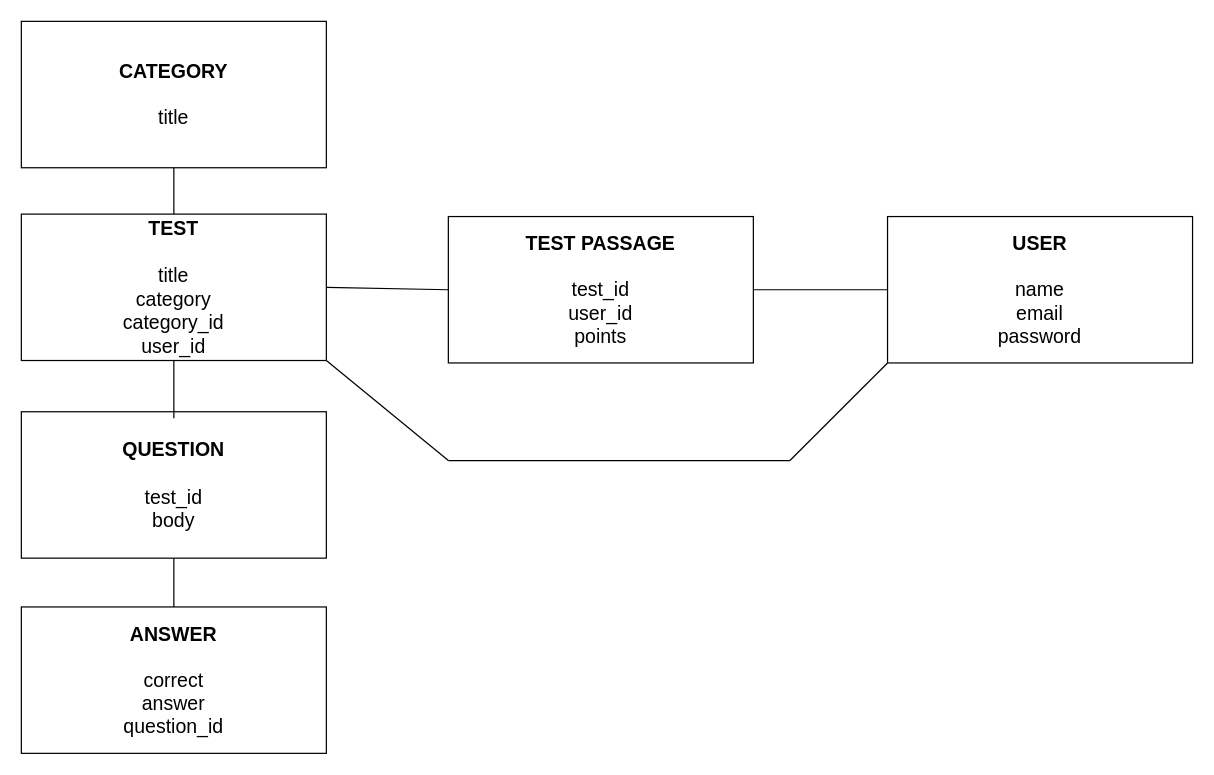
Earlier version of the draw.io diagram Untitled Diagram.drawio (Spola1/test-guru). Source tidied: cells renumbered, new cells numbered last; positions are measured from the earlier drawing's top-left corner, leaving out a move shared by most shapes. Both pictures are drawn from the tidied source at 122%, with x=0, y=0 at pixel (21, 21).
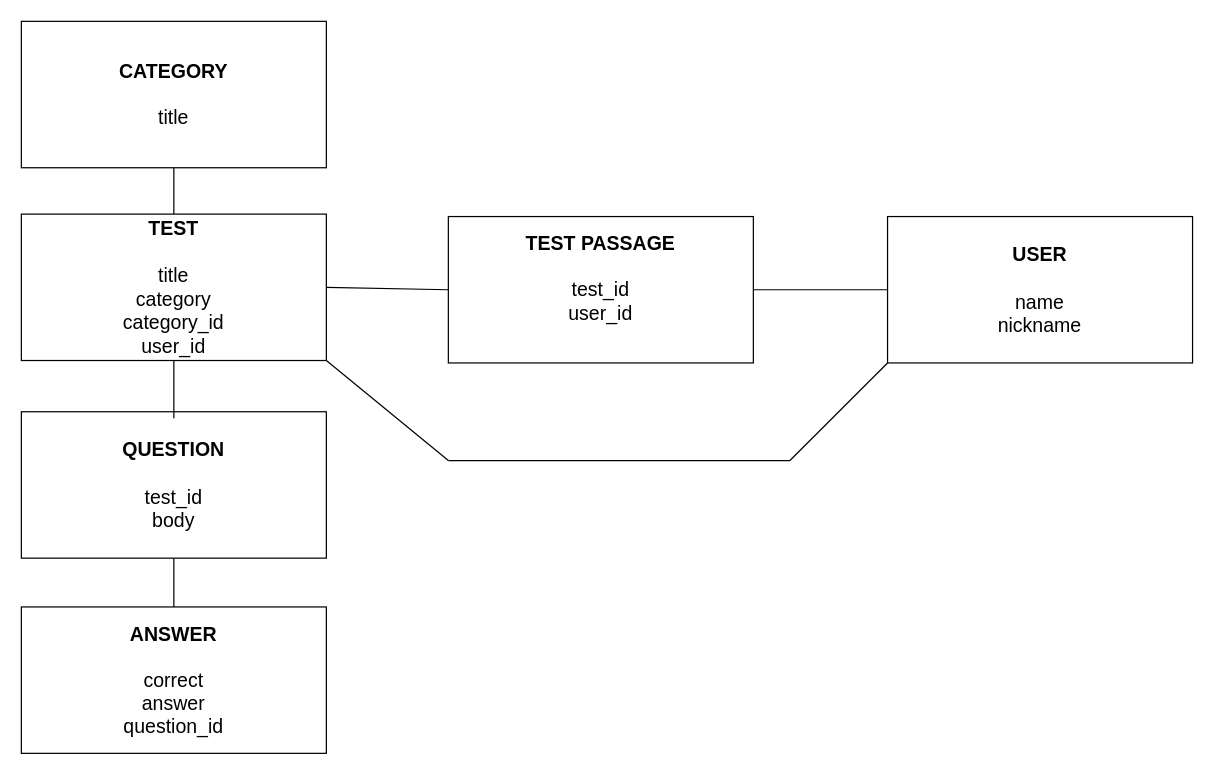
The same page after the edit.

The edit, as a diff of the source:
```diff
@@
 <mxGraphModel>
   <root>
     <mxCell id="0" />
     <mxCell id="1" parent="0" />
-    <mxCell id="2" value="&lt;font style=&quot;font-size: 16px&quot;&gt;&lt;b&gt;TEST PASSAGE&lt;/b&gt;&lt;br&gt;&lt;br&gt;test_id&lt;br&gt;user_id&lt;br&gt;points&lt;br&gt;&lt;/font&gt;" style="rounded=0;whiteSpace=wrap;html=1;" parent="1" vertex="1">
+    <mxCell id="2" value="&lt;font style=&quot;font-size: 16px&quot;&gt;&lt;b&gt;TEST PASSAGE&lt;/b&gt;&lt;br&gt;&lt;br&gt;test_id&lt;br&gt;user_id&lt;br&gt;&lt;br&gt;&lt;/font&gt;" style="rounded=0;whiteSpace=wrap;html=1;" parent="1" vertex="1">
       <mxGeometry x="350" y="160" width="250" height="120" as="geometry" />
     </mxCell>
     <mxCell id="3" value="&lt;font style=&quot;font-size: 16px&quot;&gt;&lt;span style=&quot;font-weight: bold&quot;&gt;TEST&lt;/span&gt;&lt;br&gt;&lt;br&gt;&lt;font style=&quot;font-size: 16px&quot;&gt;title&lt;br&gt;&lt;/font&gt;category&lt;br&gt;category_id&lt;br&gt;user_id&lt;br&gt;&lt;/font&gt;" style="rounded=0;whiteSpace=wrap;html=1;" parent="1" vertex="1">
       <mxGeometry y="158" width="250" height="120" as="geometry" />
     </mxCell>
     <mxCell id="4" value="&lt;font style=&quot;font-size: 16px&quot;&gt;&lt;font style=&quot;font-size: 16px&quot;&gt;&lt;b&gt;CATEGORY&lt;/b&gt;&lt;br&gt;&lt;/font&gt;&lt;br&gt;&lt;font style=&quot;font-size: 16px&quot;&gt;title&lt;/font&gt;&lt;/font&gt;" style="rounded=0;whiteSpace=wrap;html=1;" parent="1" vertex="1">
       <mxGeometry width="250" height="120" as="geometry" />
     </mxCell>
     <mxCell id="5" value="&lt;span style=&quot;font-size: 16px&quot;&gt;&lt;font style=&quot;font-size: 16px&quot;&gt;&lt;b&gt;QUESTION&lt;/b&gt;&lt;br&gt;&lt;br&gt;test_id&lt;br&gt;body&lt;br&gt;&lt;/font&gt;&lt;/span&gt;" style="rounded=0;whiteSpace=wrap;html=1;" parent="1" vertex="1">
       <mxGeometry y="320" width="250" height="120" as="geometry" />
     </mxCell>
     <mxCell id="6" value="&lt;font style=&quot;font-size: 16px&quot;&gt;&lt;b&gt;ANSWER&lt;/b&gt;&lt;br&gt;&lt;br&gt;correct&lt;br&gt;answer&lt;br&gt;question_id&lt;br&gt;&lt;/font&gt;" style="rounded=0;whiteSpace=wrap;html=1;" parent="1" vertex="1">
       <mxGeometry y="480" width="250" height="120" as="geometry" />
     </mxCell>
-    <mxCell id="7" value="&lt;font style=&quot;font-size: 16px&quot;&gt;&lt;b&gt;USER&lt;/b&gt;&lt;br&gt;&lt;br&gt;name&lt;br&gt;email&lt;br&gt;password&lt;br&gt;&lt;/font&gt;" style="rounded=0;whiteSpace=wrap;html=1;" parent="1" vertex="1">
+    <mxCell id="7" value="&lt;font style=&quot;font-size: 16px&quot;&gt;&lt;b&gt;USER&lt;/b&gt;&lt;br&gt;&lt;br&gt;name&lt;br&gt;nickname&lt;br&gt;&lt;/font&gt;" style="rounded=0;whiteSpace=wrap;html=1;" parent="1" vertex="1">
       <mxGeometry x="710" y="160" width="250" height="120" as="geometry" />
     </mxCell>
     <mxCell id="8" style="endArrow=none;html=1;fontSize=25;entryX=0.5;entryY=1;entryDx=0;entryDy=0;exitX=0.5;exitY=0;exitDx=0;exitDy=0;" parent="1" edge="1" source="3" target="4">
       <mxGeometry relative="1" as="geometry" />
     </mxCell>
     <mxCell id="9" style="endArrow=none;html=1;fontSize=25;entryX=0.5;entryY=1;entryDx=0;entryDy=0;" parent="1" edge="1" target="3">
       <mxGeometry relative="1" as="geometry">
         <mxPoint x="125" y="278" as="sourcePoint" />
         <Array as="points">
           <mxPoint x="125" y="330" />
         </Array>
       </mxGeometry>
     </mxCell>
     <mxCell id="10" style="endArrow=none;html=1;fontSize=25;entryX=0.5;entryY=1;entryDx=0;entryDy=0;exitX=0.5;exitY=0;exitDx=0;exitDy=0;" parent="1" edge="1" source="6" target="5">
       <mxGeometry relative="1" as="geometry" />
     </mxCell>
     <mxCell id="11" style="endArrow=none;html=1;fontSize=25;exitX=1;exitY=0.5;exitDx=0;exitDy=0;entryX=0;entryY=0.5;entryDx=0;entryDy=0;" parent="1" edge="1" source="3" target="2">
       <mxGeometry relative="1" as="geometry" />
     </mxCell>
     <mxCell id="12" style="endArrow=none;html=1;fontSize=25;exitX=1;exitY=0.5;exitDx=0;exitDy=0;entryX=0;entryY=0.5;entryDx=0;entryDy=0;" parent="1" edge="1" source="2" target="7">
       <mxGeometry relative="1" as="geometry" />
     </mxCell>
     <mxCell id="13" style="endArrow=none;html=1;fontSize=25;entryX=1;entryY=1;entryDx=0;entryDy=0;" parent="1" edge="1" target="3">
       <mxGeometry relative="1" as="geometry">
         <mxPoint x="350" y="360" as="sourcePoint" />
       </mxGeometry>
     </mxCell>
     <mxCell id="14" style="endArrow=none;html=1;fontSize=25;" parent="1" edge="1">
       <mxGeometry relative="1" as="geometry">
         <mxPoint x="350" y="360" as="sourcePoint" />
         <mxPoint x="630" y="360" as="targetPoint" />
       </mxGeometry>
     </mxCell>
     <mxCell id="15" style="endArrow=none;html=1;fontSize=25;entryX=0;entryY=1;entryDx=0;entryDy=0;" parent="1" edge="1" target="7">
       <mxGeometry relative="1" as="geometry">
         <mxPoint x="630" y="360" as="sourcePoint" />
       </mxGeometry>
     </mxCell>
   </root>
 </mxGraphModel>
```
